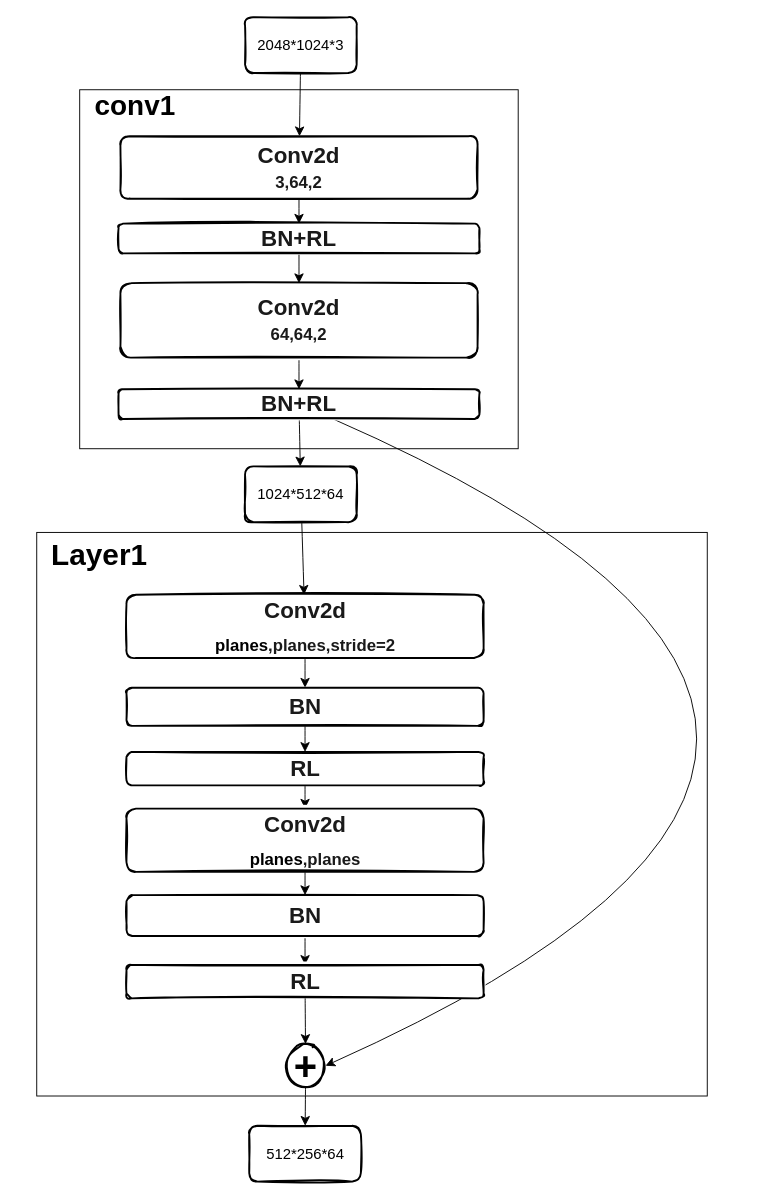
Earlier version of the draw.io diagram DDRNet.drawio (chenjun2hao/DDRNet.pytorch). Source tidied: cells renumbered, new cells numbered last; positions are measured from the earlier drawing's top-left corner, leaving out a move shared by most shapes. Both pictures are drawn from the tidied source at 93%, with x=0, y=0 at pixel (16, 17).
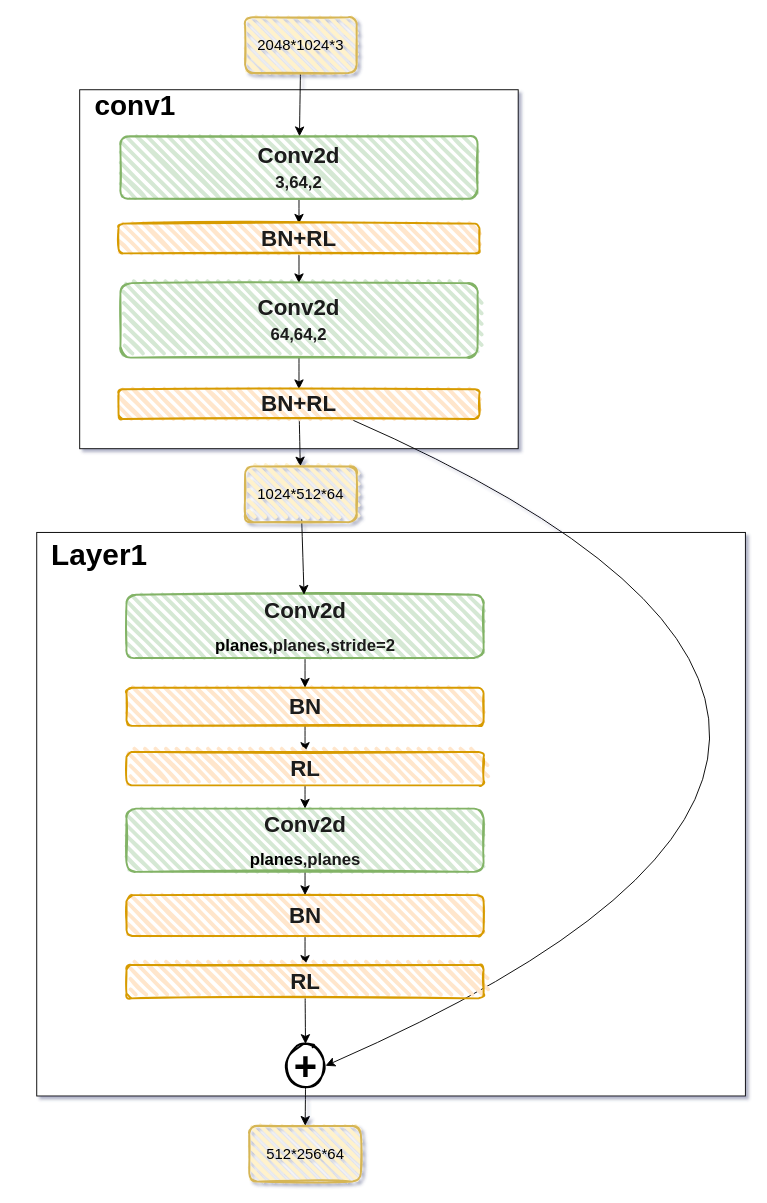
Above is the later version.

Unchanged cells that the change refers to:
```xml
<mxCell id="28" value="&lt;h1&gt;&lt;font style=&quot;font-size: 43px;&quot;&gt;+&lt;/font&gt;&lt;/h1&gt;" style="ellipse;whiteSpace=wrap;html=1;strokeWidth=2;fillWeight=2;hachureGap=8;fillStyle=dots;sketch=1;" parent="1" vertex="1">
  <mxGeometry x="289.5" y="1104" width="43" height="47" as="geometry" />
</mxCell>
```

The edit, as a diff of the source:
```diff
@@
-<mxGraphModel>
+<mxGraphModel shadow="1">
@@
     <mxCell id="3" style="rounded=0;whiteSpace=wrap;html=1;" parent="1" vertex="1">
-      <mxGeometry x="22" y="554" width="721" height="606" as="geometry" />
+      <mxGeometry x="22" y="554" width="762" height="606" as="geometry" />
     </mxCell>
@@
-    <mxCell id="5" value="&lt;h1 style=&quot;line-height: 60%;&quot;&gt;&lt;font color=&quot;#1a1a1a&quot;&gt;Conv2d&lt;/font&gt;&lt;/h1&gt;&lt;h2 style=&quot;line-height: 60%;&quot;&gt;&lt;font color=&quot;#1a1a1a&quot;&gt;3,64,2&lt;/font&gt;&lt;/h2&gt;" style="rounded=1;whiteSpace=wrap;html=1;strokeWidth=2;fillWeight=4;hachureGap=8;hachureAngle=45;sketch=1;" parent="1" vertex="1">
+    <mxCell id="5" value="&lt;h1 style=&quot;line-height: 60%;&quot;&gt;&lt;font color=&quot;#1a1a1a&quot;&gt;Conv2d&lt;/font&gt;&lt;/h1&gt;&lt;h2 style=&quot;line-height: 60%;&quot;&gt;&lt;font color=&quot;#1a1a1a&quot;&gt;3,64,2&lt;/font&gt;&lt;/h2&gt;" style="rounded=1;whiteSpace=wrap;html=1;strokeWidth=2;fillWeight=4;hachureGap=8;hachureAngle=45;sketch=1;fillColor=#d5e8d4;strokeColor=#82b366;" parent="1" vertex="1">
       <mxGeometry x="112" y="128" width="384" height="67" as="geometry" />
     </mxCell>
@@
-    <mxCell id="7" value="&lt;h1 style=&quot;line-height: 24px;&quot;&gt;&lt;font color=&quot;#1a1a1a&quot;&gt;Conv2d&lt;/font&gt;&lt;/h1&gt;&lt;h2 style=&quot;line-height: 18px;&quot;&gt;planes&lt;font color=&quot;#1a1a1a&quot;&gt;,planes,stride=2&lt;/font&gt;&lt;/h2&gt;" style="rounded=1;whiteSpace=wrap;html=1;strokeWidth=2;fillWeight=4;hachureGap=8;hachureAngle=45;sketch=1;" parent="1" vertex="1">
+    <mxCell id="7" value="&lt;h1 style=&quot;line-height: 24px;&quot;&gt;&lt;font color=&quot;#1a1a1a&quot;&gt;Conv2d&lt;/font&gt;&lt;/h1&gt;&lt;h2 style=&quot;line-height: 18px;&quot;&gt;planes&lt;font color=&quot;#1a1a1a&quot;&gt;,planes,stride=2&lt;/font&gt;&lt;/h2&gt;" style="rounded=1;whiteSpace=wrap;html=1;strokeWidth=2;fillWeight=4;hachureGap=8;hachureAngle=45;sketch=1;fillColor=#d5e8d4;strokeColor=#82b366;" parent="1" vertex="1">
       <mxGeometry x="118.5" y="621" width="384" height="68" as="geometry" />
     </mxCell>
@@
-    <mxCell id="10" value="&lt;h1 style=&quot;line-height: 70%;&quot;&gt;&lt;font color=&quot;#1a1a1a&quot;&gt;BN&lt;/font&gt;&lt;/h1&gt;" style="rounded=1;whiteSpace=wrap;html=1;strokeWidth=2;fillWeight=4;hachureGap=8;hachureAngle=45;sketch=1;" parent="1" vertex="1">
+    <mxCell id="10" value="&lt;h1 style=&quot;line-height: 70%;&quot;&gt;&lt;font color=&quot;#1a1a1a&quot;&gt;BN&lt;/font&gt;&lt;/h1&gt;" style="rounded=1;whiteSpace=wrap;html=1;strokeWidth=2;fillWeight=4;hachureGap=8;hachureAngle=45;sketch=1;fillColor=#ffe6cc;strokeColor=#d79b00;" parent="1" vertex="1">
       <mxGeometry x="118.5" y="721" width="384" height="41" as="geometry" />
     </mxCell>
@@
-    <mxCell id="12" value="&lt;h1 style=&quot;line-height: 70%;&quot;&gt;&lt;font color=&quot;#1a1a1a&quot;&gt;RL&lt;/font&gt;&lt;/h1&gt;" style="rounded=1;whiteSpace=wrap;html=1;strokeWidth=2;fillWeight=4;hachureGap=8;hachureAngle=45;sketch=1;" parent="1" vertex="1">
+    <mxCell id="12" value="&lt;h1 style=&quot;line-height: 70%;&quot;&gt;&lt;font color=&quot;#1a1a1a&quot;&gt;RL&lt;/font&gt;&lt;/h1&gt;" style="rounded=1;whiteSpace=wrap;html=1;strokeWidth=2;fillWeight=4;hachureGap=8;hachureAngle=45;sketch=1;fillColor=#ffe6cc;strokeColor=#d79b00;" parent="1" vertex="1">
       <mxGeometry x="118.5" y="790" width="384" height="36" as="geometry" />
     </mxCell>
@@
-    <mxCell id="14" value="&lt;h1 style=&quot;line-height: 70%;&quot;&gt;&lt;font color=&quot;#1a1a1a&quot;&gt;BN&lt;/font&gt;&lt;/h1&gt;" style="rounded=1;whiteSpace=wrap;html=1;strokeWidth=2;fillWeight=4;hachureGap=8;hachureAngle=45;sketch=1;" parent="1" vertex="1">
+    <mxCell id="14" value="&lt;h1 style=&quot;line-height: 70%;&quot;&gt;&lt;font color=&quot;#1a1a1a&quot;&gt;BN&lt;/font&gt;&lt;/h1&gt;" style="rounded=1;whiteSpace=wrap;html=1;strokeWidth=2;fillWeight=4;hachureGap=8;hachureAngle=45;sketch=1;fillColor=#ffe6cc;strokeColor=#d79b00;" parent="1" vertex="1">
       <mxGeometry x="118.5" y="944" width="384" height="44" as="geometry" />
     </mxCell>
@@
-    <mxCell id="16" value="&lt;span style=&quot;font-size: 16px;&quot;&gt;2048*1024*3&lt;/span&gt;" style="rounded=1;whiteSpace=wrap;html=1;strokeWidth=2;fillWeight=4;hachureGap=8;hachureAngle=45;sketch=1;" parent="1" vertex="1">
+    <mxCell id="16" value="&lt;span style=&quot;font-size: 16px;&quot;&gt;2048*1024*3&lt;/span&gt;" style="rounded=1;whiteSpace=wrap;html=1;strokeWidth=2;fillWeight=4;hachureGap=8;hachureAngle=45;sketch=1;fillColor=#fff2cc;strokeColor=#d6b656;" parent="1" vertex="1">
       <mxGeometry x="246" width="120" height="60" as="geometry" />
     </mxCell>
@@
-    <mxCell id="18" value="&lt;h1 style=&quot;line-height: 60%;&quot;&gt;&lt;font color=&quot;#1a1a1a&quot;&gt;BN+RL&lt;/font&gt;&lt;/h1&gt;" style="rounded=1;whiteSpace=wrap;html=1;strokeWidth=2;fillWeight=4;hachureGap=8;hachureAngle=45;sketch=1;" parent="1" vertex="1">
+    <mxCell id="18" value="&lt;h1 style=&quot;line-height: 60%;&quot;&gt;&lt;font color=&quot;#1a1a1a&quot;&gt;BN+RL&lt;/font&gt;&lt;/h1&gt;" style="rounded=1;whiteSpace=wrap;html=1;strokeWidth=2;fillWeight=4;hachureGap=8;hachureAngle=45;sketch=1;fillColor=#ffe6cc;strokeColor=#d79b00;" parent="1" vertex="1">
       <mxGeometry x="110" y="222" width="388" height="32" as="geometry" />
     </mxCell>
@@
-    <mxCell id="20" value="&lt;h1 style=&quot;line-height: 60%;&quot;&gt;&lt;font color=&quot;#1a1a1a&quot;&gt;Conv2d&lt;/font&gt;&lt;/h1&gt;&lt;h2 style=&quot;line-height: 60%;&quot;&gt;&lt;font color=&quot;#1a1a1a&quot;&gt;64,64,2&lt;/font&gt;&lt;/h2&gt;" style="rounded=1;whiteSpace=wrap;html=1;strokeWidth=2;fillWeight=4;hachureGap=8;hachureAngle=45;sketch=1;" parent="1" vertex="1">
+    <mxCell id="20" value="&lt;h1 style=&quot;line-height: 60%;&quot;&gt;&lt;font color=&quot;#1a1a1a&quot;&gt;Conv2d&lt;/font&gt;&lt;/h1&gt;&lt;h2 style=&quot;line-height: 60%;&quot;&gt;&lt;font color=&quot;#1a1a1a&quot;&gt;64,64,2&lt;/font&gt;&lt;/h2&gt;" style="rounded=1;whiteSpace=wrap;html=1;strokeWidth=2;fillWeight=4;hachureGap=8;hachureAngle=45;sketch=1;fillColor=#d5e8d4;strokeColor=#82b366;" parent="1" vertex="1">
       <mxGeometry x="112" y="286" width="384" height="80" as="geometry" />
     </mxCell>
-    <mxCell id="21" style="edgeStyle=none;curved=1;rounded=0;jettySize=auto;html=1;entryX=1;entryY=0.5;entryDx=0;entryDy=0;fontSize=12;startSize=8;endSize=8;" parent="1" edge="1" source="23" target="28">
+    <mxCell id="21" style="edgeStyle=none;curved=1;rounded=0;jettySize=auto;html=1;entryX=1;entryY=0.5;entryDx=0;entryDy=0;fontSize=12;startSize=8;endSize=8;" parent="1" edge="1" target="28">
       <mxGeometry relative="1" as="geometry">
+        <mxPoint x="359.1" y="432" as="sourcePoint" />
         <Array as="points">
-          <mxPoint x="1123" y="774" />
+          <mxPoint x="1141.5" y="774" />
         </Array>
       </mxGeometry>
     </mxCell>
@@
-    <mxCell id="23" value="&lt;h1 style=&quot;line-height: 60%;&quot;&gt;&lt;font color=&quot;#1a1a1a&quot;&gt;BN+RL&lt;/font&gt;&lt;/h1&gt;" style="rounded=1;whiteSpace=wrap;html=1;strokeWidth=2;fillWeight=4;hachureGap=8;hachureAngle=45;sketch=1;" parent="1" vertex="1">
+    <mxCell id="23" value="&lt;h1 style=&quot;line-height: 60%;&quot;&gt;&lt;font color=&quot;#1a1a1a&quot;&gt;BN+RL&lt;/font&gt;&lt;/h1&gt;" style="rounded=1;whiteSpace=wrap;html=1;strokeWidth=2;fillWeight=4;hachureGap=8;hachureAngle=45;sketch=1;fillColor=#ffe6cc;strokeColor=#d79b00;" parent="1" vertex="1">
       <mxGeometry x="110" y="400" width="388" height="32" as="geometry" />
     </mxCell>
@@
-    <mxCell id="26" value="&lt;h1 style=&quot;line-height: 24px;&quot;&gt;&lt;font color=&quot;#1a1a1a&quot;&gt;Conv2d&lt;/font&gt;&lt;/h1&gt;&lt;h2 style=&quot;line-height: 18px;&quot;&gt;planes&lt;font color=&quot;#1a1a1a&quot;&gt;,planes&lt;/font&gt;&lt;/h2&gt;" style="rounded=1;whiteSpace=wrap;html=1;strokeWidth=2;fillWeight=4;hachureGap=8;hachureAngle=45;sketch=1;" parent="1" vertex="1">
+    <mxCell id="26" value="&lt;h1 style=&quot;line-height: 24px;&quot;&gt;&lt;font color=&quot;#1a1a1a&quot;&gt;Conv2d&lt;/font&gt;&lt;/h1&gt;&lt;h2 style=&quot;line-height: 18px;&quot;&gt;planes&lt;font color=&quot;#1a1a1a&quot;&gt;,planes&lt;/font&gt;&lt;/h2&gt;" style="rounded=1;whiteSpace=wrap;html=1;strokeWidth=2;fillWeight=4;hachureGap=8;hachureAngle=45;sketch=1;fillColor=#d5e8d4;strokeColor=#82b366;" parent="1" vertex="1">
       <mxGeometry x="118.5" y="851" width="384" height="68" as="geometry" />
     </mxCell>
@@
-    <mxCell id="30" value="&lt;h1 style=&quot;line-height: 70%;&quot;&gt;&lt;font color=&quot;#1a1a1a&quot;&gt;RL&lt;/font&gt;&lt;/h1&gt;" style="rounded=1;whiteSpace=wrap;html=1;strokeWidth=2;fillWeight=4;hachureGap=8;hachureAngle=45;sketch=1;" parent="1" vertex="1">
+    <mxCell id="30" value="&lt;h1 style=&quot;line-height: 70%;&quot;&gt;&lt;font color=&quot;#1a1a1a&quot;&gt;RL&lt;/font&gt;&lt;/h1&gt;" style="rounded=1;whiteSpace=wrap;html=1;strokeWidth=2;fillWeight=4;hachureGap=8;hachureAngle=45;sketch=1;fillColor=#ffe6cc;strokeColor=#d79b00;" parent="1" vertex="1">
       <mxGeometry x="118.5" y="1019" width="384" height="36" as="geometry" />
     </mxCell>
@@
-    <mxCell id="32" value="&lt;span style=&quot;font-size: 16px;&quot;&gt;1024*512*64&lt;/span&gt;" style="rounded=1;whiteSpace=wrap;html=1;strokeWidth=2;fillWeight=4;hachureGap=8;hachureAngle=45;sketch=1;" parent="1" vertex="1">
+    <mxCell id="32" value="&lt;span style=&quot;font-size: 16px;&quot;&gt;1024*512*64&lt;/span&gt;" style="rounded=1;whiteSpace=wrap;html=1;strokeWidth=2;fillWeight=4;hachureGap=8;hachureAngle=45;sketch=1;fillColor=#fff2cc;strokeColor=#d6b656;" parent="1" vertex="1">
       <mxGeometry x="246" y="483" width="120" height="60" as="geometry" />
     </mxCell>
-    <mxCell id="33" value="&lt;span style=&quot;font-size: 16px;&quot;&gt;512*256*64&lt;/span&gt;" style="rounded=1;whiteSpace=wrap;html=1;strokeWidth=2;fillWeight=4;hachureGap=8;hachureAngle=45;sketch=1;" parent="1" vertex="1">
+    <mxCell id="33" value="&lt;span style=&quot;font-size: 16px;&quot;&gt;512*256*64&lt;/span&gt;" style="rounded=1;whiteSpace=wrap;html=1;strokeWidth=2;fillWeight=4;hachureGap=8;hachureAngle=45;sketch=1;fillColor=#fff2cc;strokeColor=#d6b656;" parent="1" vertex="1">
       <mxGeometry x="250.5" y="1192" width="120" height="60" as="geometry" />
     </mxCell>
```
